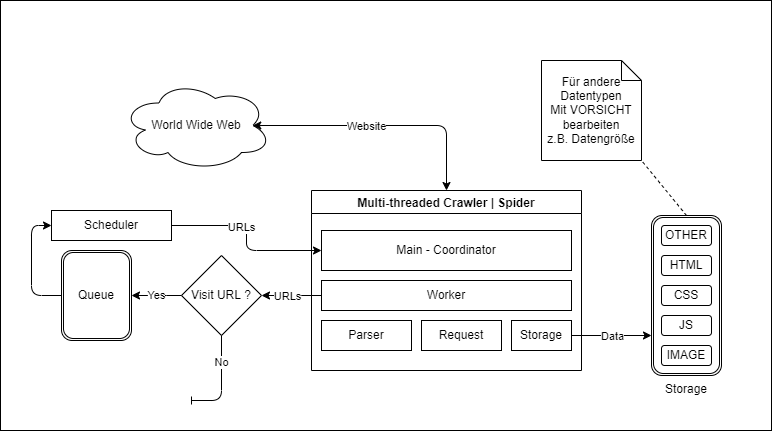
Above: doc/webcrawler/webcrawler.png in wenzfe/python-hacking (draw.io), before the change. Source tidied: cells renumbered, new cells last; positions are measured from the earlier drawing's top-left corner, leaving out a move shared by most shapes.
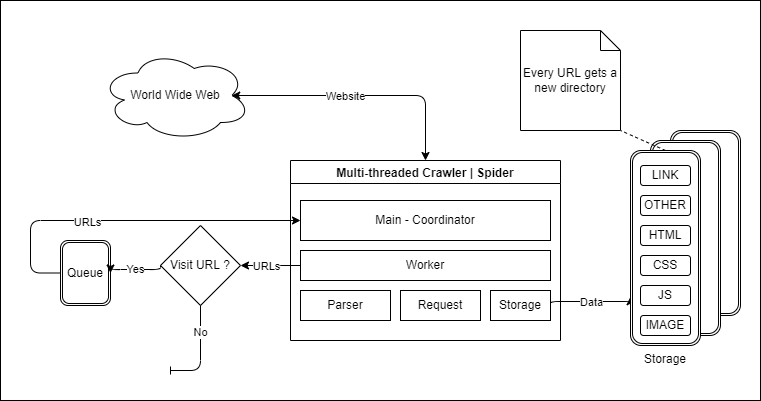
After the commit.

The edit, as a diff of the source:
```diff
@@ -3,27 +3,23 @@
     <mxCell id="0" />
     <mxCell id="1" parent="0" />
     <mxCell id="2" style="rounded=0;whiteSpace=wrap;html=1;" parent="1" vertex="1">
-      <mxGeometry width="771" height="430" as="geometry" />
+      <mxGeometry x="21" y="30" width="760" height="400" as="geometry" />
     </mxCell>
+    <mxCell id="32" style="shape=ext;double=1;rounded=1;whiteSpace=wrap;html=1;labelPosition=center;verticalLabelPosition=middle;align=center;verticalAlign=middle;" parent="1" vertex="1">
+      <mxGeometry x="691" y="160" width="70" height="185" as="geometry" />
+    </mxCell>
+    <mxCell id="33" style="shape=ext;double=1;rounded=1;whiteSpace=wrap;html=1;labelPosition=center;verticalLabelPosition=middle;align=center;verticalAlign=middle;" parent="1" vertex="1">
+      <mxGeometry x="671" y="170" width="70" height="195" as="geometry" />
+    </mxCell>
     <mxCell id="3" value="World Wide Web" style="ellipse;shape=cloud;whiteSpace=wrap;html=1;" parent="1" vertex="1">
       <mxGeometry x="121" y="80" width="150" height="90" as="geometry" />
     </mxCell>
-    <mxCell id="4" value="Scheduler" style="rounded=0;whiteSpace=wrap;html=1;" parent="1" vertex="1">
-      <mxGeometry x="51" y="210" width="120" height="30" as="geometry" />
-    </mxCell>
     <mxCell id="5" value="Queue" style="shape=ext;double=1;rounded=1;whiteSpace=wrap;html=1;" parent="1" vertex="1">
-      <mxGeometry x="61" y="250" width="70" height="90" as="geometry" />
+      <mxGeometry x="81" y="270" width="50" height="65" as="geometry" />
     </mxCell>
     <mxCell id="6" style="edgeStyle=none;html=1;exitX=0.5;exitY=0;exitDx=0;exitDy=0;entryX=1;entryY=1;entryDx=0;entryDy=0;entryPerimeter=0;dashed=1;endArrow=none;endFill=0;" parent="1" edge="1" source="26" target="22">
       <mxGeometry relative="1" as="geometry" />
     </mxCell>
-    <mxCell id="7" style="edgeStyle=elbowEdgeStyle;elbow=vertical;endArrow=classic;html=1;exitX=0;exitY=0.5;exitDx=0;exitDy=0;entryX=0;entryY=0.5;entryDx=0;entryDy=0;" parent="1" edge="1" source="5" target="4">
-      <mxGeometry relative="1" as="geometry">
-        <Array as="points">
-          <mxPoint x="31" y="420" />
-        </Array>
-      </mxGeometry>
-    </mxCell>
     <mxCell id="8" value="Multi-threaded Crawler | Spider" style="swimlane;" parent="1" vertex="1">
       <mxGeometry x="311" y="190" width="270" height="180" as="geometry" />
     </mxCell>
@@ -68,13 +64,20 @@
     <mxCell id="19" value="URLs" style="edgeLabel;html=1;align=center;verticalAlign=middle;" parent="18" vertex="1">
       <mxGeometry x="0.18" relative="1" as="geometry" />
     </mxCell>
-    <mxCell id="20" style="edgeStyle=elbowEdgeStyle;elbow=horizontal;endArrow=classic;html=1;exitX=1;exitY=0.5;exitDx=0;exitDy=0;entryX=0;entryY=0.5;entryDx=0;entryDy=0;" parent="1" edge="1" source="4" target="9">
-      <mxGeometry relative="1" as="geometry" />
+    <mxCell id="20" style="edgeStyle=elbowEdgeStyle;elbow=horizontal;endArrow=classic;html=1;exitX=0;exitY=0.5;exitDx=0;exitDy=0;entryX=0;entryY=0.5;entryDx=0;entryDy=0;" parent="1" edge="1" source="5" target="9">
+      <mxGeometry relative="1" as="geometry">
+        <Array as="points">
+          <mxPoint x="51" y="280" />
+          <mxPoint x="201" y="220" />
+          <mxPoint x="31" y="220" />
+          <mxPoint x="41" y="200" />
+        </Array>
+      </mxGeometry>
     </mxCell>
     <mxCell id="21" value="URLs" style="edgeLabel;html=1;align=center;verticalAlign=middle;" parent="20" vertex="1">
       <mxGeometry x="-0.21" y="-1" relative="1" as="geometry" />
     </mxCell>
-    <mxCell id="22" value="Für andere Datentypen&lt;br&gt;Mit VORSICHT bearbeiten&lt;br&gt;z.B. Datengröße" style="shape=note;size=20;whiteSpace=wrap;html=1;" parent="1" vertex="1">
+    <mxCell id="22" value="Every URL gets a new directory" style="shape=note;size=20;whiteSpace=wrap;html=1;" parent="1" vertex="1">
       <mxGeometry x="541" y="60" width="100" height="100" as="geometry" />
     </mxCell>
     <mxCell id="23" value="Visit URL ?" style="rhombus;whiteSpace=wrap;html=1;" parent="1" vertex="1">
@@ -92,7 +95,7 @@
       </mxGeometry>
     </mxCell>
     <mxCell id="26" value="Storage" style="shape=ext;double=1;rounded=1;whiteSpace=wrap;html=1;labelPosition=center;verticalLabelPosition=bottom;align=center;verticalAlign=top;" parent="1" vertex="1">
-      <mxGeometry x="651" y="215" width="70" height="160" as="geometry" />
+      <mxGeometry x="651" y="180" width="70" height="195" as="geometry" />
     </mxCell>
     <mxCell id="27" value="HTML" style="rounded=1;whiteSpace=wrap;html=1;" parent="1" vertex="1">
       <mxGeometry x="661" y="255" width="50" height="20" as="geometry" />
@@ -109,5 +112,8 @@
     <mxCell id="31" value="OTHER" style="rounded=1;whiteSpace=wrap;html=1;" parent="1" vertex="1">
       <mxGeometry x="661" y="225" width="50" height="20" as="geometry" />
     </mxCell>
+    <mxCell id="34" value="LINK" style="rounded=1;whiteSpace=wrap;html=1;" parent="1" vertex="1">
+      <mxGeometry x="661" y="195" width="50" height="20" as="geometry" />
+    </mxCell>
   </root>
 </mxGraphModel>
```
